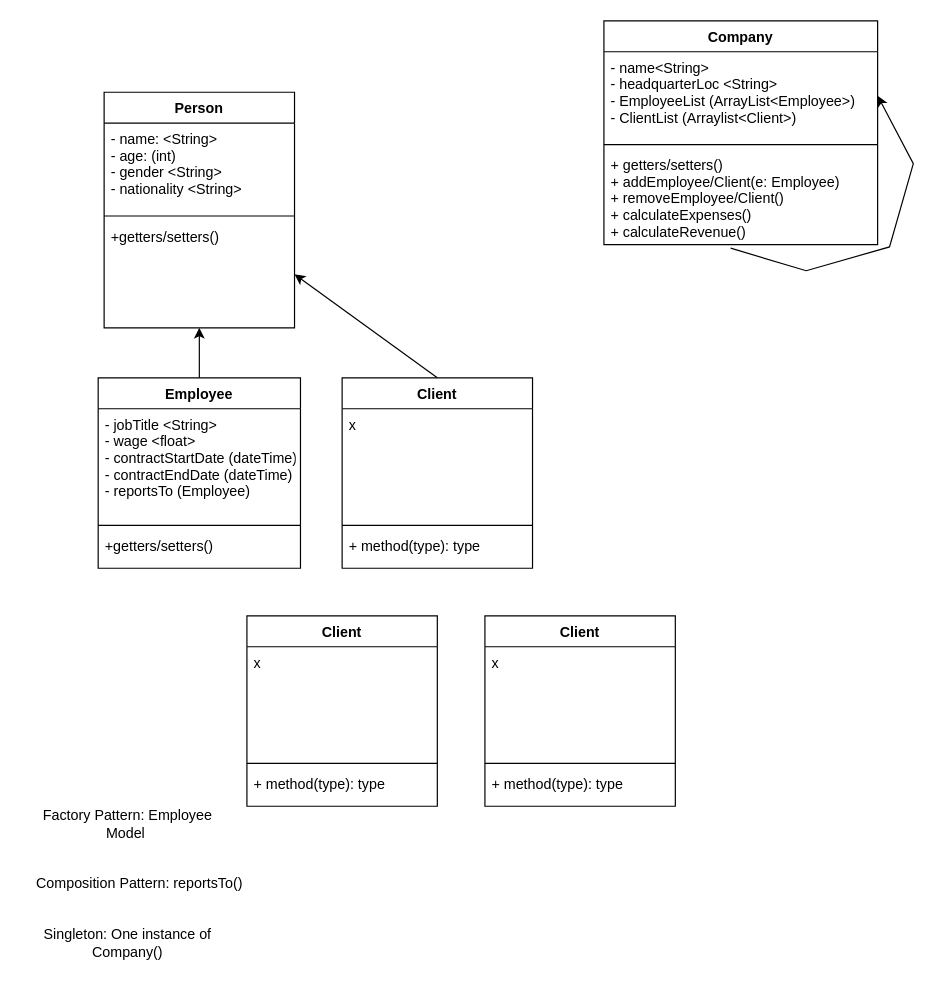
Above: data/UMLDiagram.drawio in tylertraviss/TalentAgencySystem (draw.io), before the change. Source tidied: cells renumbered, new cells numbered last; positions are measured from the earlier drawing's top-left corner, leaving out a move shared by most shapes. Both pictures are drawn from the tidied source at 119%, with x=0, y=0 at pixel (20, 20).
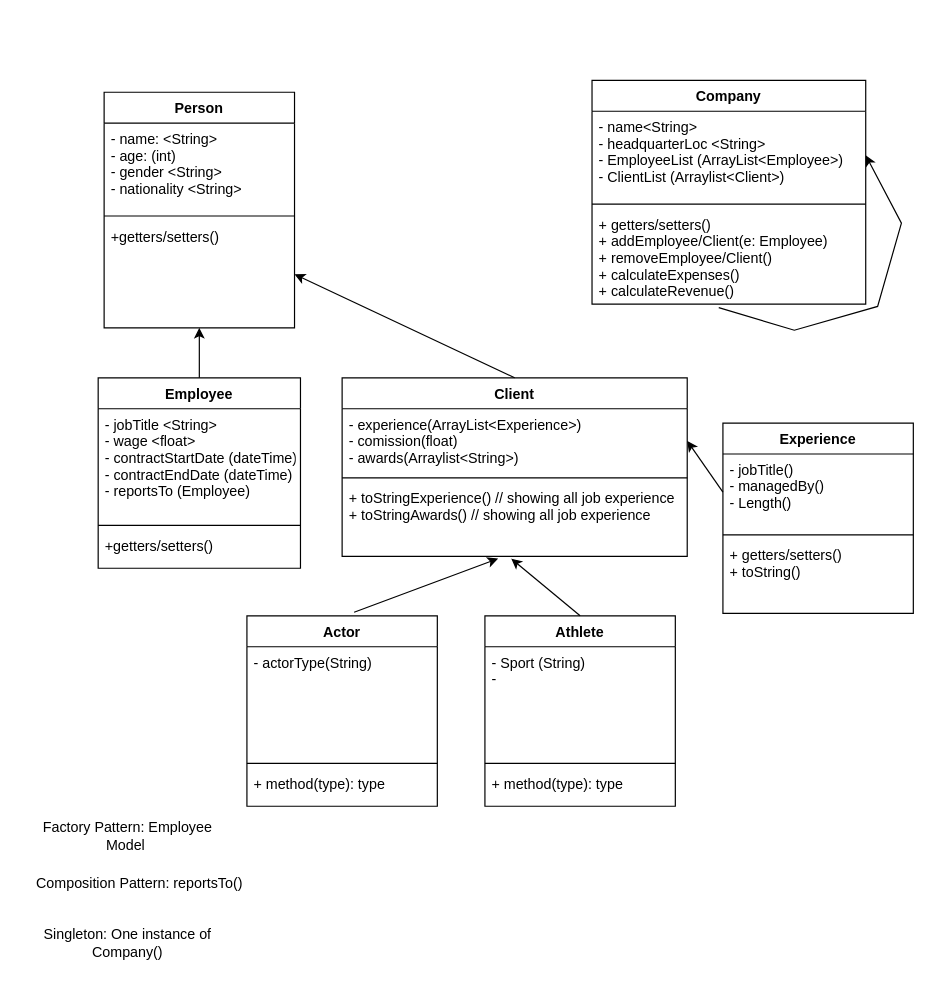
After the change.

Change to the diagram source:
```diff
@@
     <mxCell id="10" value="Client" style="swimlane;fontStyle=1;align=center;verticalAlign=top;horizontal=1;startSize=26;" parent="1" vertex="1">
-      <mxGeometry x="270" y="300" width="160" height="160" as="geometry" />
+      <mxGeometry x="270" y="300" width="290" height="150" as="geometry" />
     </mxCell>
-    <mxCell id="11" value="x" style="text;strokeColor=none;fillColor=none;align=left;verticalAlign=top;spacingLeft=4;spacingRight=4;overflow=hidden;points=[[0,0.5],[1,0.5]];portConstraint=eastwest;" parent="10" vertex="1">
-      <mxGeometry y="26" width="160" height="94" as="geometry" />
+    <mxCell id="11" value="- experience(ArrayList&lt;Experience&gt;)&#10;- comission(float)&#10;- awards(Arraylist&lt;String&gt;)" style="text;strokeColor=none;fillColor=none;align=left;verticalAlign=top;spacingLeft=4;spacingRight=4;overflow=hidden;points=[[0,0.5],[1,0.5]];portConstraint=eastwest;" parent="10" vertex="1">
+      <mxGeometry y="26" width="290" height="54" as="geometry" />
     </mxCell>
     <mxCell id="12" style="line;strokeWidth=1;fillColor=none;align=left;verticalAlign=middle;spacingTop=-1;spacingLeft=3;spacingRight=3;labelPosition=right;" parent="10" vertex="1">
-      <mxGeometry y="120" width="160" height="8" as="geometry" />
+      <mxGeometry y="80" width="290" height="8" as="geometry" />
     </mxCell>
-    <mxCell id="13" value="+ method(type): type" style="text;strokeColor=none;fillColor=none;align=left;verticalAlign=top;spacingLeft=4;spacingRight=4;overflow=hidden;points=[[0,0.5],[1,0.5]];portConstraint=eastwest;" parent="10" vertex="1">
-      <mxGeometry y="128" width="160" height="32" as="geometry" />
+    <mxCell id="13" value="+ toStringExperience() // showing all job experience&#10;+ toStringAwards() // showing all job experience" style="text;strokeColor=none;fillColor=none;align=left;verticalAlign=top;spacingLeft=4;spacingRight=4;overflow=hidden;points=[[0,0.5],[1,0.5]];portConstraint=eastwest;" parent="10" vertex="1">
+      <mxGeometry y="88" width="290" height="62" as="geometry" />
     </mxCell>
@@
     <mxCell id="16" value="Company" style="swimlane;fontStyle=1;align=center;verticalAlign=top;horizontal=1;startSize=26;" parent="1" vertex="1">
-      <mxGeometry x="490" width="230" height="188" as="geometry" />
+      <mxGeometry x="480" y="50" width="230" height="188" as="geometry" />
     </mxCell>
@@
     <mxCell id="21" value="Factory Pattern: Employee Model&amp;nbsp;" style="text;html=1;strokeColor=none;fillColor=none;align=center;verticalAlign=middle;whiteSpace=wrap;rounded=0;" parent="1" vertex="1">
-      <mxGeometry y="660" width="180" height="30" as="geometry" />
+      <mxGeometry y="670" width="180" height="30" as="geometry" />
     </mxCell>
@@
-    <mxCell id="24" value="Client" style="swimlane;fontStyle=1;align=center;verticalAlign=top;horizontal=1;startSize=26;" parent="1" vertex="1">
+    <mxCell id="24" value="Actor" style="swimlane;fontStyle=1;align=center;verticalAlign=top;horizontal=1;startSize=26;" parent="1" vertex="1">
       <mxGeometry x="190" y="500" width="160" height="160" as="geometry" />
     </mxCell>
-    <mxCell id="25" value="x" style="text;strokeColor=none;fillColor=none;align=left;verticalAlign=top;spacingLeft=4;spacingRight=4;overflow=hidden;" parent="24" vertex="1">
+    <mxCell id="25" value="- actorType(String)" style="text;strokeColor=none;fillColor=none;align=left;verticalAlign=top;spacingLeft=4;spacingRight=4;overflow=hidden;" parent="24" vertex="1">
       <mxGeometry y="26" width="160" height="94" as="geometry" />
     </mxCell>
@@
-    <mxCell id="28" value="Client" style="swimlane;fontStyle=1;align=center;verticalAlign=top;horizontal=1;startSize=26;" parent="1" vertex="1">
+    <mxCell id="28" value="Athlete" style="swimlane;fontStyle=1;align=center;verticalAlign=top;horizontal=1;startSize=26;" parent="1" vertex="1">
       <mxGeometry x="390" y="500" width="160" height="160" as="geometry" />
     </mxCell>
-    <mxCell id="29" value="x" style="text;strokeColor=none;fillColor=none;align=left;verticalAlign=top;spacingLeft=4;spacingRight=4;overflow=hidden;" parent="28" vertex="1">
+    <mxCell id="29" value="- Sport (String)&#10;- " style="text;strokeColor=none;fillColor=none;align=left;verticalAlign=top;spacingLeft=4;spacingRight=4;overflow=hidden;" parent="28" vertex="1">
       <mxGeometry y="26" width="160" height="94" as="geometry" />
     </mxCell>
@@
+    <mxCell id="32" value="Experience" style="swimlane;fontStyle=1;align=center;verticalAlign=top;horizontal=1;startSize=26;" parent="1" vertex="1">
+      <mxGeometry x="590" y="338" width="160" height="160" as="geometry" />
+    </mxCell>
+    <mxCell id="33" value="- jobTitle()&#10;- managedBy()&#10;- Length()" style="text;strokeColor=none;fillColor=none;align=left;verticalAlign=top;spacingLeft=4;spacingRight=4;overflow=hidden;points=[[0,0.5],[1,0.5]];portConstraint=eastwest;" parent="32" vertex="1">
+      <mxGeometry y="26" width="160" height="64" as="geometry" />
+    </mxCell>
+    <mxCell id="34" style="line;strokeWidth=1;fillColor=none;align=left;verticalAlign=middle;spacingTop=-1;spacingLeft=3;spacingRight=3;labelPosition=right;" parent="32" vertex="1">
+      <mxGeometry y="90" width="160" height="8" as="geometry" />
+    </mxCell>
+    <mxCell id="35" value="+ getters/setters()&#10;+ toString()" style="text;strokeColor=none;fillColor=none;align=left;verticalAlign=top;spacingLeft=4;spacingRight=4;overflow=hidden;" parent="32" vertex="1">
+      <mxGeometry y="98" width="160" height="62" as="geometry" />
+    </mxCell>
+    <mxCell id="36" style="endArrow=classic;html=1;rounded=0;exitX=0;exitY=0.5;exitDx=0;exitDy=0;entryX=1;entryY=0.5;entryDx=0;entryDy=0;" parent="1" edge="1" source="33" target="11">
+      <mxGeometry relative="1" as="geometry" />
+    </mxCell>
+    <mxCell id="37" style="endArrow=classic;html=1;rounded=0;exitX=0.563;exitY=-0.019;exitDx=0;exitDy=0;exitPerimeter=0;entryX=0.452;entryY=1.031;entryDx=0;entryDy=0;entryPerimeter=0;" parent="1" edge="1" source="24" target="13">
+      <mxGeometry relative="1" as="geometry" />
+    </mxCell>
+    <mxCell id="38" style="endArrow=classic;html=1;rounded=0;entryX=0.49;entryY=1.031;entryDx=0;entryDy=0;entryPerimeter=0;" parent="1" edge="1" target="13">
+      <mxGeometry relative="1" as="geometry">
+        <mxPoint x="470" y="500" as="sourcePoint" />
+      </mxGeometry>
+    </mxCell>
```
